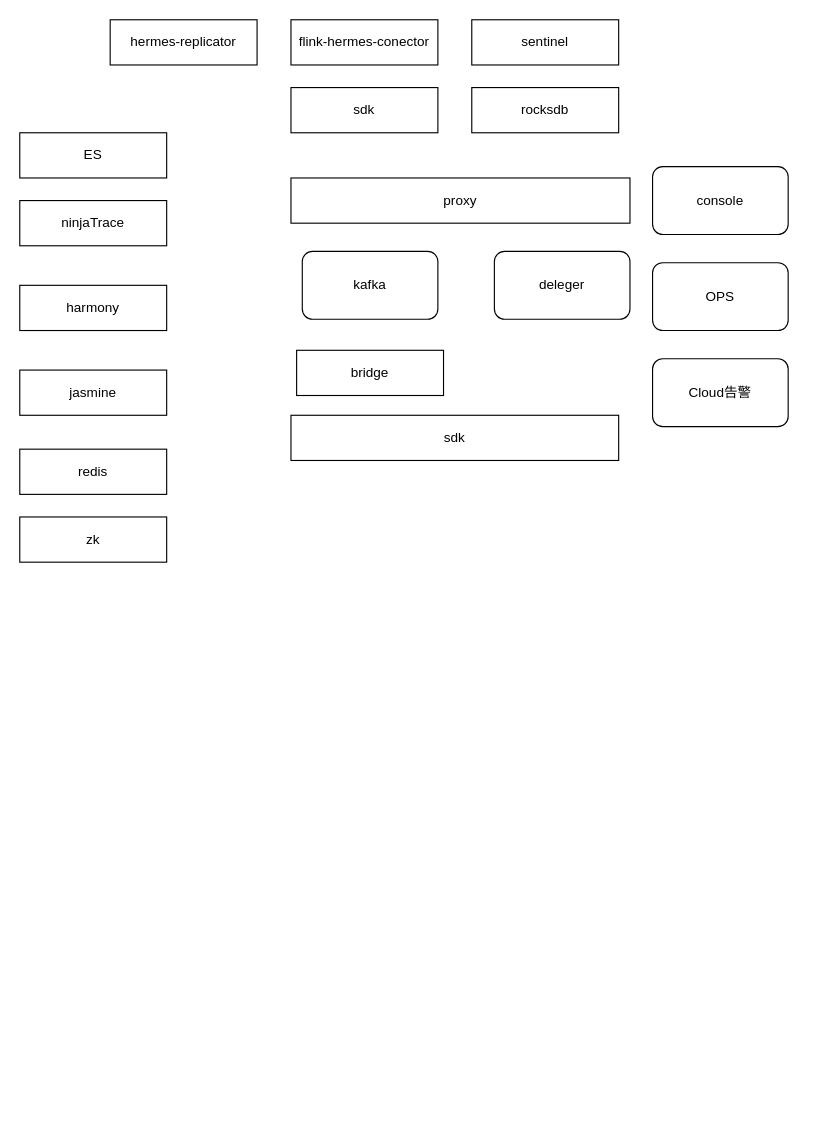
Before: hermes.drawio in MihirrajDixit/drawio, a draw.io diagram. Source tidied: cells renumbered, new cells numbered last; positions are measured from the earlier drawing's top-left corner, leaving out a move shared by most shapes. Both pictures are drawn from the tidied source at 113%, with x=0, y=0 at pixel (19, 19).
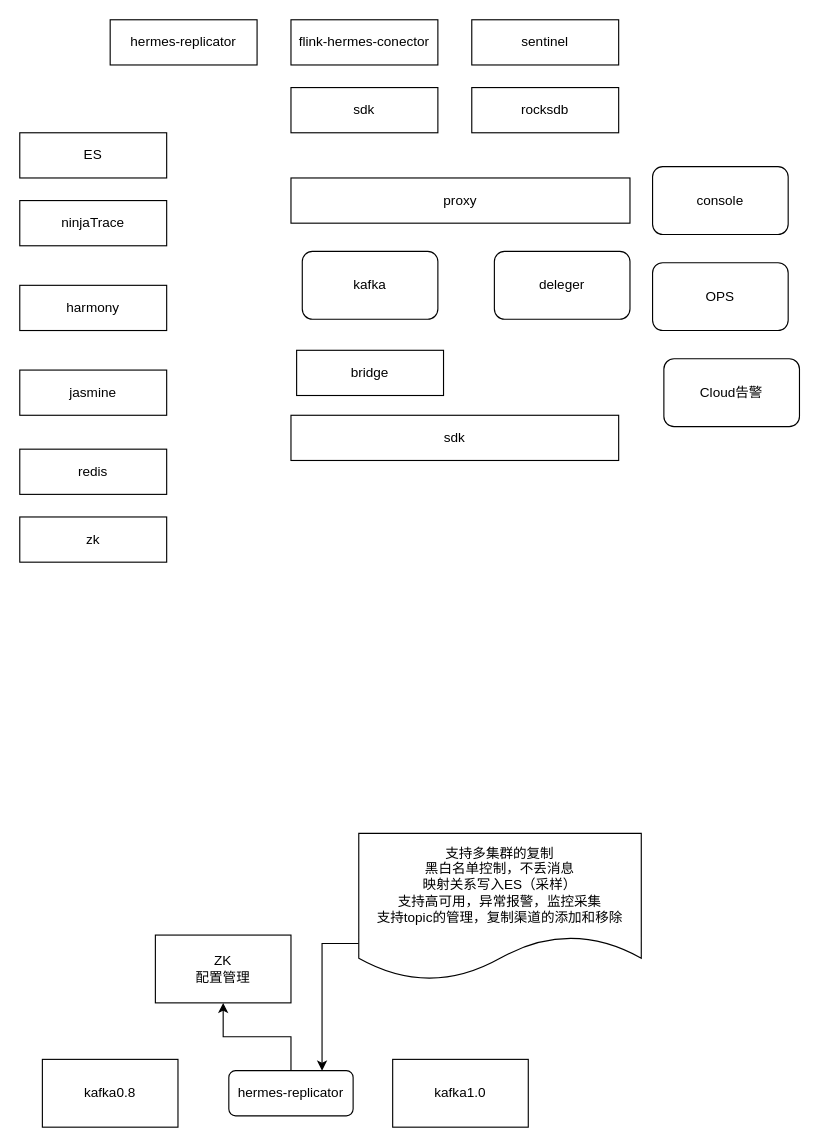
After the change.

Diff of the diagram source:
```diff
@@
     <mxCell id="17" value="Cloud告警" style="rounded=1;whiteSpace=wrap;html=1;" parent="1" vertex="1">
-      <mxGeometry x="560" y="300" width="120" height="60" as="geometry" />
+      <mxGeometry x="570" y="300" width="120" height="60" as="geometry" />
     </mxCell>
@@
+    <mxCell id="21" value="kafka0.8" style="rounded=0;whiteSpace=wrap;html=1;" parent="1" vertex="1">
+      <mxGeometry x="20" y="920" width="120" height="60" as="geometry" />
+    </mxCell>
+    <mxCell id="22" value="kafka1.0" style="rounded=0;whiteSpace=wrap;html=1;" parent="1" vertex="1">
+      <mxGeometry x="330" y="920" width="120" height="60" as="geometry" />
+    </mxCell>
+    <mxCell id="23" style="edgeStyle=orthogonalEdgeStyle;rounded=0;jettySize=auto;html=1;exitX=0.5;exitY=0;exitDx=0;exitDy=0;entryX=0.5;entryY=1;entryDx=0;entryDy=0;" parent="1" edge="1" source="24" target="25">
+      <mxGeometry relative="1" as="geometry" />
+    </mxCell>
+    <mxCell id="24" value="hermes-replicator" style="rounded=1;whiteSpace=wrap;html=1;" parent="1" vertex="1">
+      <mxGeometry x="185" y="930" width="110" height="40" as="geometry" />
+    </mxCell>
+    <mxCell id="25" value="ZK&lt;br&gt;配置管理" style="rounded=0;whiteSpace=wrap;html=1;" parent="1" vertex="1">
+      <mxGeometry x="120" y="810" width="120" height="60" as="geometry" />
+    </mxCell>
+    <mxCell id="26" style="edgeStyle=orthogonalEdgeStyle;rounded=0;jettySize=auto;html=1;exitX=0;exitY=0.75;exitDx=0;exitDy=0;entryX=0.75;entryY=0;entryDx=0;entryDy=0;" parent="1" edge="1" source="27" target="24">
+      <mxGeometry relative="1" as="geometry" />
+    </mxCell>
+    <mxCell id="27" value="支持多集群的复制&lt;br&gt;黑白名单控制，不丢消息&lt;br&gt;映射关系写入ES（采样）&lt;br&gt;支持高可用，异常报警，监控采集&lt;br&gt;支持topic的管理，复制渠道的添加和移除" style="shape=document;whiteSpace=wrap;html=1;boundedLbl=1;" parent="1" vertex="1">
+      <mxGeometry x="300" y="720" width="250" height="130" as="geometry" />
+    </mxCell>
```
